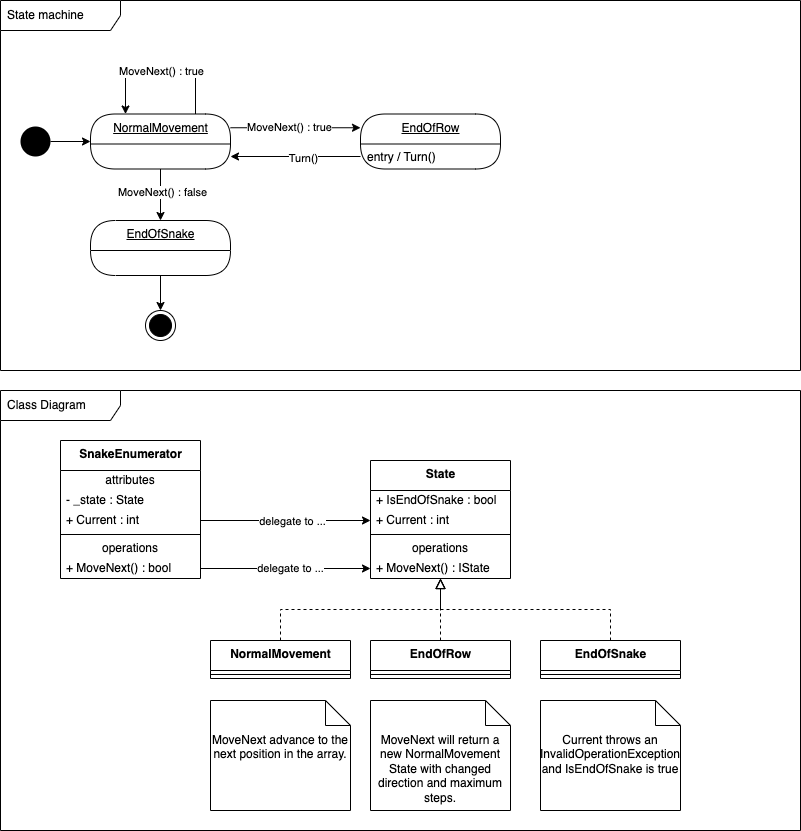
Above: Snail/docs/statemachine.drawio.png in wonderbird/katas-in-csharp (draw.io), before the change. Source tidied: cells renumbered, new cells last; positions are measured from the earlier drawing's top-left corner, leaving out a move shared by most shapes.
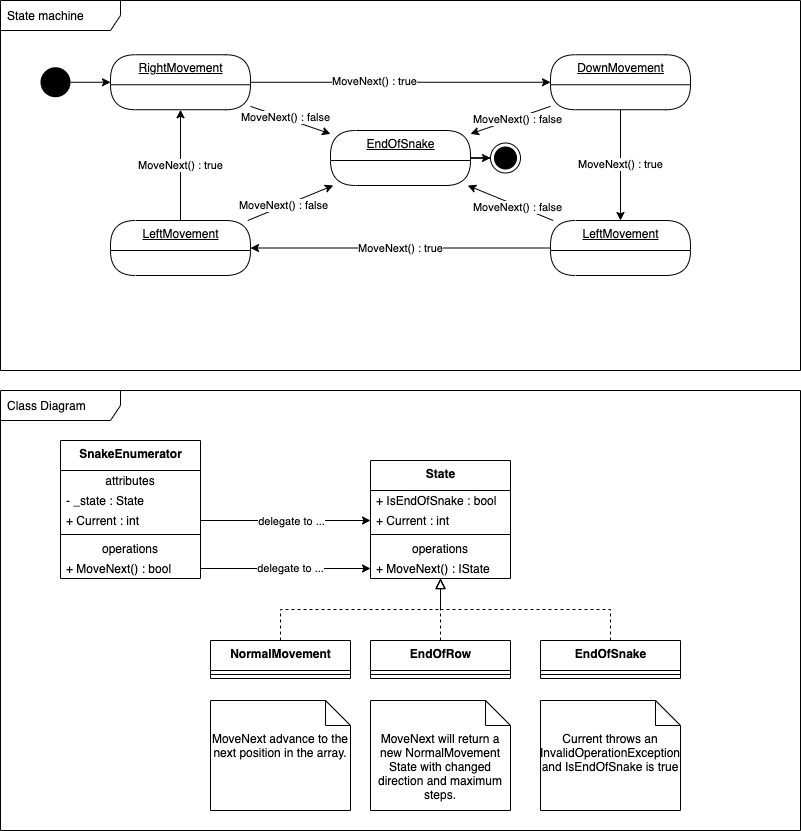
Above is the later version.

Commit message:
docs(snail): update state machine diagram

What changed in the source:
```diff
@@ -2,7 +2,10 @@
   <root>
     <mxCell id="0" />
     <mxCell id="1" parent="0" />
+    <mxCell id="46" value="State machine" style="shape=umlFrame;whiteSpace=wrap;html=1;width=120;height=30;boundedLbl=1;verticalAlign=middle;align=left;spacingLeft=5;" parent="1" vertex="1">
+      <mxGeometry width="800" height="370" as="geometry" />
+    </mxCell>
-    <mxCell id="2" style="edgeStyle=orthogonalEdgeStyle;rounded=0;jettySize=auto;html=1;entryX=0;entryY=0.25;entryDx=0;entryDy=0;exitX=1;exitY=0.25;exitDx=0;exitDy=0;" parent="1" edge="1" source="14" target="15">
+    <mxCell id="2" style="edgeStyle=orthogonalEdgeStyle;rounded=0;jettySize=auto;html=1;entryX=0;entryY=0.5;entryDx=0;entryDy=0;exitX=1;exitY=0.5;exitDx=0;exitDy=0;" parent="1" edge="1" source="14" target="15">
       <mxGeometry relative="1" as="geometry" />
     </mxCell>
     <mxCell id="3" value="MoveNext() : true" style="edgeLabel;html=1;align=center;verticalAlign=middle;" parent="2" vertex="1">
@@ -10,10 +13,8 @@
         <mxPoint x="10" as="offset" />
       </mxGeometry>
     </mxCell>
-    <mxCell id="4" style="edgeStyle=orthogonalEdgeStyle;rounded=0;jettySize=auto;html=1;exitX=0.5;exitY=1;exitDx=0;exitDy=0;entryX=0.5;entryY=0;entryDx=0;entryDy=0;" parent="1" edge="1" target="17">
-      <mxGeometry relative="1" as="geometry">
-        <mxPoint x="160" y="168.5" as="sourcePoint" />
-      </mxGeometry>
+    <mxCell id="4" style="rounded=0;jettySize=auto;html=1;" parent="1" edge="1" source="14" target="17">
+      <mxGeometry relative="1" as="geometry" />
     </mxCell>
     <mxCell id="5" value="MoveNext() : false" style="edgeLabel;html=1;align=center;verticalAlign=middle;" parent="4" vertex="1">
       <mxGeometry x="-0.15" y="1" relative="1" as="geometry" />
@@ -38,32 +39,22 @@
       <mxGeometry relative="1" as="geometry" />
     </mxCell>
     <mxCell id="10" style="ellipse;fillColor=#000000;strokeColor=none;" parent="1" vertex="1">
-      <mxGeometry x="20" y="126" width="30" height="30" as="geometry" />
+      <mxGeometry x="40" y="66.8" width="30" height="30" as="geometry" />
     </mxCell>
     <mxCell id="11" style="ellipse;html=1;shape=endState;fillColor=#000000;strokeColor=#000000;" parent="1" vertex="1">
-      <mxGeometry x="145" y="310" width="30" height="30" as="geometry" />
+      <mxGeometry x="490" y="142.5" width="30" height="30" as="geometry" />
     </mxCell>
-    <mxCell id="12" style="edgeStyle=orthogonalEdgeStyle;rounded=0;jettySize=auto;html=1;entryX=1;entryY=0.5;entryDx=0;entryDy=0;exitX=0;exitY=0.5;exitDx=0;exitDy=0;" parent="1" edge="1" source="16">
-      <mxGeometry relative="1" as="geometry">
-        <mxPoint x="230" y="156" as="targetPoint" />
-      </mxGeometry>
-    </mxCell>
-    <mxCell id="13" value="Turn()" style="edgeLabel;html=1;align=center;verticalAlign=middle;" parent="12" vertex="1">
-      <mxGeometry x="-0.25" y="1" relative="1" as="geometry">
-        <mxPoint x="-10" as="offset" />
-      </mxGeometry>
-    </mxCell>
-    <mxCell id="14" value="NormalMovement" style="swimlane;fontStyle=4;align=center;verticalAlign=top;horizontal=1;startSize=30;html=1;rounded=1;absoluteArcSize=1;arcSize=50;" parent="1" vertex="1">
-      <mxGeometry x="90" y="113.5" width="140" height="55" as="geometry" />
+    <mxCell id="14" value="RightMovement" style="swimlane;fontStyle=4;align=center;verticalAlign=top;horizontal=1;startSize=30;html=1;rounded=1;absoluteArcSize=1;arcSize=50;" parent="1" vertex="1">
+      <mxGeometry x="110" y="54.2" width="140" height="55" as="geometry" />
     </mxCell>
+    <mxCell id="48" value="MoveNext() : true" style="rounded=0;jettySize=auto;html=1;entryX=0.5;entryY=0;entryDx=0;entryDy=0;edgeStyle=orthogonalEdgeStyle;" parent="1" edge="1" source="15" target="50">
+      <mxGeometry relative="1" as="geometry" />
+    </mxCell>
-    <mxCell id="15" value="EndOfRow" style="swimlane;fontStyle=4;align=center;verticalAlign=top;horizontal=1;startSize=30;html=1;rounded=1;absoluteArcSize=1;arcSize=50;" parent="1" vertex="1">
-      <mxGeometry x="360" y="113.5" width="140" height="55" as="geometry" />
+    <mxCell id="15" value="DownMovement" style="swimlane;fontStyle=4;align=center;verticalAlign=top;horizontal=1;startSize=30;html=1;rounded=1;absoluteArcSize=1;arcSize=50;" parent="1" vertex="1">
+      <mxGeometry x="550" y="54.2" width="140" height="55" as="geometry" />
     </mxCell>
-    <mxCell id="16" value="entry / Turn()" style="fillColor=none;strokeColor=none;align=left;verticalAlign=middle;spacingLeft=5;" parent="15" vertex="1">
-      <mxGeometry y="30" width="140" height="25" as="geometry" />
-    </mxCell>
     <mxCell id="17" value="EndOfSnake" style="swimlane;fontStyle=4;align=center;verticalAlign=top;horizontal=1;startSize=30;html=1;rounded=1;absoluteArcSize=1;arcSize=50;" parent="1" vertex="1">
-      <mxGeometry x="90" y="220" width="140" height="55" as="geometry" />
+      <mxGeometry x="330" y="130" width="140" height="55" as="geometry" />
     </mxCell>
     <mxCell id="18" value="&lt;b&gt;SnakeEnumerator&lt;/b&gt;" style="swimlane;fontStyle=0;align=center;verticalAlign=top;horizontal=1;startSize=30;html=1;" parent="1" vertex="1">
       <mxGeometry x="60" y="440" width="140" height="138" as="geometry" />
@@ -151,11 +142,38 @@
     <mxCell id="45" value="MoveNext advance to the next position in the array." style="shape=note2;boundedLbl=1;whiteSpace=wrap;html=1;size=25;verticalAlign=top;align=center;" parent="1" vertex="1">
       <mxGeometry x="210" y="700" width="140" height="110" as="geometry" />
     </mxCell>
-    <mxCell id="46" value="State machine" style="shape=umlFrame;whiteSpace=wrap;html=1;width=120;height=30;boundedLbl=1;verticalAlign=middle;align=left;spacingLeft=5;" parent="1" vertex="1">
-      <mxGeometry width="800" height="370" as="geometry" />
-    </mxCell>
     <mxCell id="47" value="Class Diagram" style="shape=umlFrame;whiteSpace=wrap;html=1;width=120;height=30;boundedLbl=1;verticalAlign=middle;align=left;spacingLeft=5;" parent="1" vertex="1">
       <mxGeometry y="390" width="800" height="440" as="geometry" />
     </mxCell>
+    <mxCell id="49" value="MoveNext() : true" style="edgeStyle=none;rounded=0;jettySize=auto;html=1;entryX=1;entryY=0.5;entryDx=0;entryDy=0;" parent="1" edge="1" source="50" target="52">
+      <mxGeometry relative="1" as="geometry" />
+    </mxCell>
+    <mxCell id="50" value="LeftMovement" style="swimlane;fontStyle=4;align=center;verticalAlign=top;horizontal=1;startSize=30;html=1;rounded=1;absoluteArcSize=1;arcSize=50;" parent="1" vertex="1">
+      <mxGeometry x="550" y="220" width="140" height="55" as="geometry" />
+    </mxCell>
+    <mxCell id="51" value="MoveNext() : true" style="edgeStyle=none;rounded=0;jettySize=auto;html=1;entryX=0.5;entryY=1;entryDx=0;entryDy=0;" parent="1" edge="1" source="52" target="14">
+      <mxGeometry relative="1" as="geometry" />
+    </mxCell>
+    <mxCell id="52" value="LeftMovement" style="swimlane;fontStyle=4;align=center;verticalAlign=top;horizontal=1;startSize=30;html=1;rounded=1;absoluteArcSize=1;arcSize=50;" parent="1" vertex="1">
+      <mxGeometry x="110" y="220" width="140" height="55" as="geometry" />
+    </mxCell>
+    <mxCell id="53" style="rounded=0;jettySize=auto;html=1;" parent="1" edge="1" source="15" target="17">
+      <mxGeometry relative="1" as="geometry" />
+    </mxCell>
+    <mxCell id="54" value="MoveNext() : false" style="edgeLabel;html=1;align=center;verticalAlign=middle;" parent="53" vertex="1">
+      <mxGeometry x="-0.15" y="1" relative="1" as="geometry" />
+    </mxCell>
+    <mxCell id="55" style="rounded=0;jettySize=auto;html=1;" parent="1" edge="1" source="52" target="17">
+      <mxGeometry relative="1" as="geometry" />
+    </mxCell>
+    <mxCell id="56" value="MoveNext() : false" style="edgeLabel;html=1;align=center;verticalAlign=middle;" parent="55" vertex="1">
+      <mxGeometry x="-0.15" y="1" relative="1" as="geometry" />
+    </mxCell>
+    <mxCell id="57" style="rounded=0;jettySize=auto;html=1;" parent="1" edge="1" source="50" target="17">
+      <mxGeometry relative="1" as="geometry" />
+    </mxCell>
+    <mxCell id="58" value="MoveNext() : false" style="edgeLabel;html=1;align=center;verticalAlign=middle;" parent="57" vertex="1">
+      <mxGeometry x="-0.15" y="1" relative="1" as="geometry" />
+    </mxCell>
   </root>
 </mxGraphModel>
```
